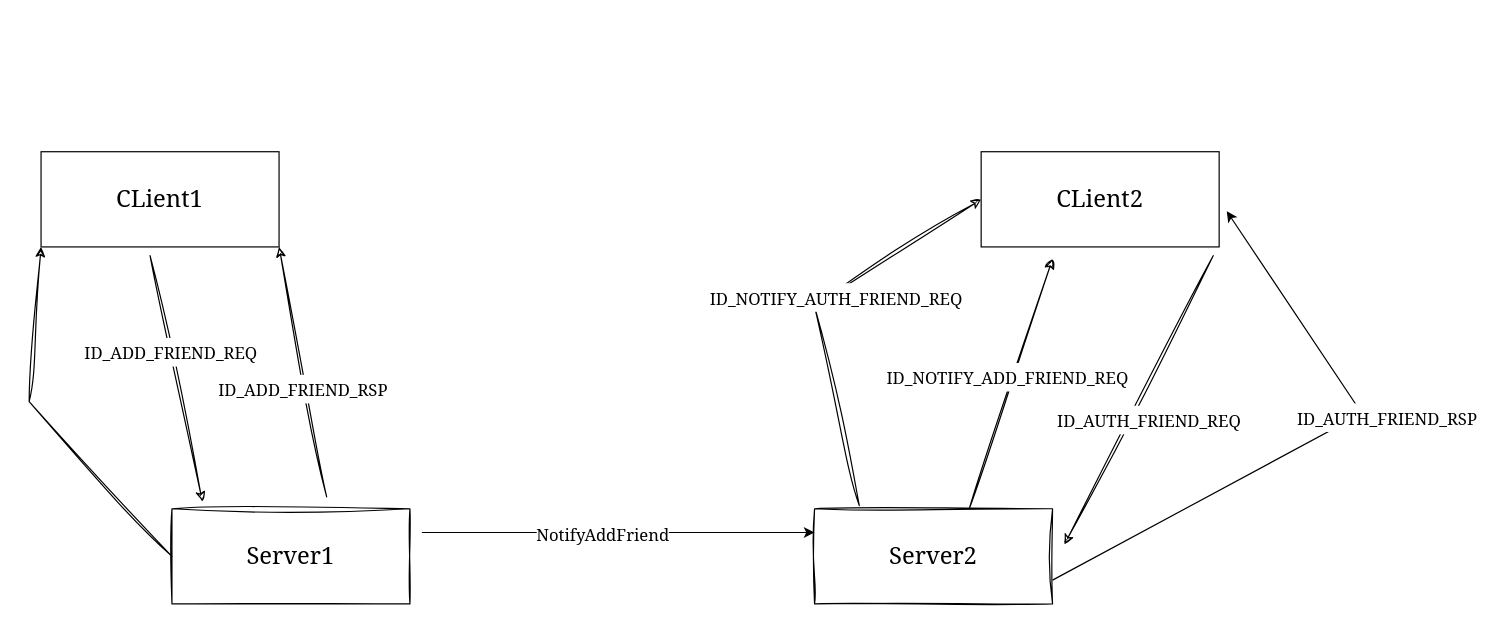
Above: ChatServer/AddFriend.drawio in zyuhao7/WeChat (draw.io), before the change. Source tidied: cells renumbered, new cells numbered last; positions are measured from the earlier drawing's top-left corner, leaving out a move shared by most shapes. Both pictures are drawn from the tidied source at 119%, with x=0, y=0 at pixel (29, 151).
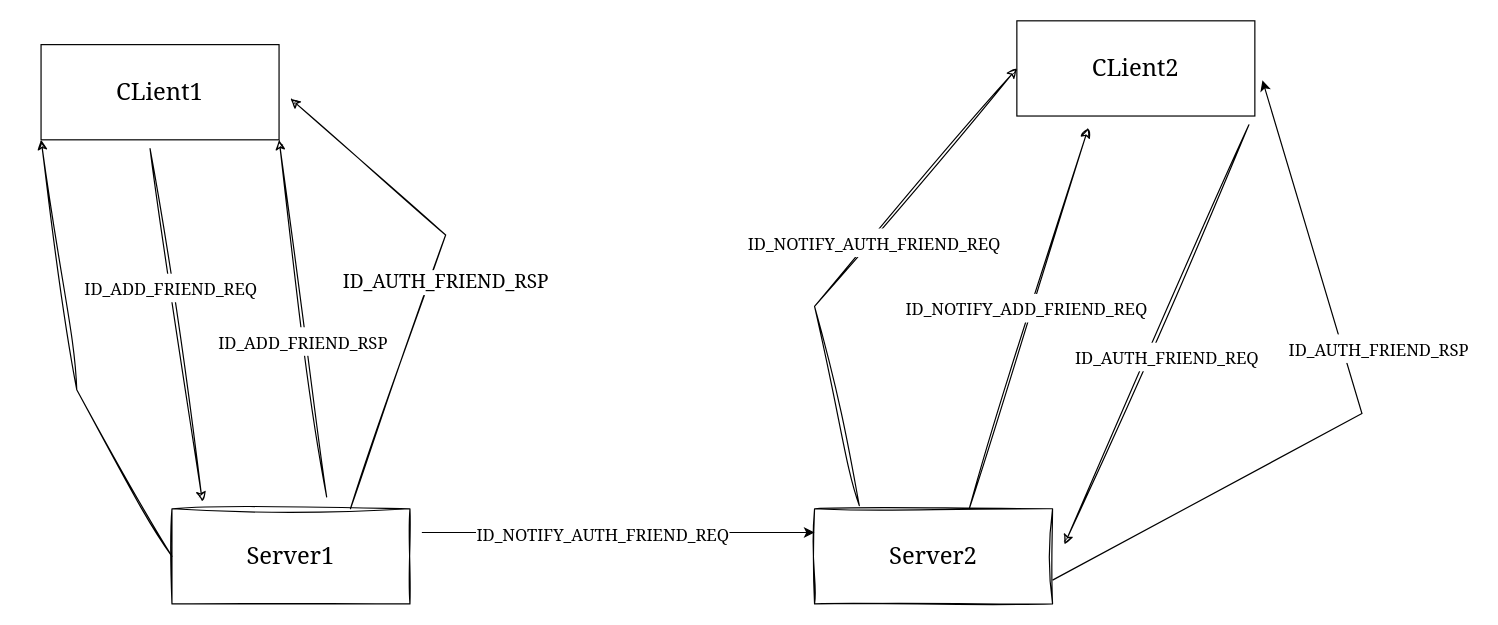
The same page after the edit.

Unchanged cells that the change refers to:
```xml
<mxCell id="4" value="&lt;font face=&quot;Georgia&quot;&gt;Server1&lt;/font&gt;" style="rounded=0;whiteSpace=wrap;html=1;sketch=1;hachureGap=4;jiggle=2;curveFitting=1;fontFamily=Architects Daughter;fontSize=20;" parent="1" vertex="1">
  <mxGeometry x="120" y="300" width="200" height="80" as="geometry" />
</mxCell>
<mxCell id="12" style="endArrow=classic;html=1;rounded=0;hachureGap=4;fontFamily=Architects Daughter;fontSize=16;entryX=0;entryY=0.25;entryDx=0;entryDy=0;" parent="1" edge="1" target="5">
  <mxGeometry relative="1" as="geometry">
    <mxPoint x="330" y="320" as="sourcePoint" />
  </mxGeometry>
</mxCell>
```

The edit, as a diff of the source:
```diff
@@
     <mxCell id="2" value="&lt;font face=&quot;Georgia&quot;&gt;CLient1&lt;/font&gt;" style="rounded=0;whiteSpace=wrap;html=1;hachureGap=4;fontFamily=Architects Daughter;fontSize=20;" parent="1" vertex="1">
-      <mxGeometry x="10" width="200" height="80" as="geometry" />
+      <mxGeometry x="10" y="-90" width="200" height="80" as="geometry" />
     </mxCell>
     <mxCell id="3" value="&lt;font face=&quot;Georgia&quot;&gt;CLient2&lt;/font&gt;" style="rounded=0;whiteSpace=wrap;html=1;hachureGap=4;fontFamily=Architects Daughter;fontSize=20;" parent="1" vertex="1">
-      <mxGeometry x="800" width="200" height="80" as="geometry" />
+      <mxGeometry x="830" y="-110" width="200" height="80" as="geometry" />
     </mxCell>
@@
-    <mxCell id="13" value="&lt;font face=&quot;Georgia&quot; style=&quot;font-size: 14px;&quot;&gt;NotifyAddFriend&lt;/font&gt;" style="edgeLabel;html=1;align=center;verticalAlign=middle;fontSize=20;fontFamily=Architects Daughter;" parent="12" vertex="1">
+    <mxCell id="13" value="&lt;font style=&quot;font-size: 14px;&quot; face=&quot;Georgia&quot;&gt;ID_NOTIFY_AUTH_FRIEND_REQ&lt;/font&gt;" style="edgeLabel;html=1;align=center;verticalAlign=middle;fontSize=20;fontFamily=Architects Daughter;" parent="12" vertex="1">
       <mxGeometry x="-0.25" y="-3" relative="1" as="geometry">
         <mxPoint x="27" y="-3" as="offset" />
       </mxGeometry>
     </mxCell>
@@
     <mxCell id="16" style="endArrow=classic;html=1;rounded=0;sketch=1;hachureGap=4;jiggle=2;curveFitting=1;fontFamily=Architects Daughter;fontSize=16;exitX=0;exitY=0.5;exitDx=0;exitDy=0;entryX=0;entryY=1;entryDx=0;entryDy=0;" parent="1" edge="1" source="4" target="2">
       <mxGeometry relative="1" as="geometry">
         <Array as="points">
-          <mxPoint y="210" />
+          <mxPoint x="40" y="200" />
         </Array>
       </mxGeometry>
     </mxCell>
@@
+    <mxCell id="21" value="&lt;font face=&quot;Georgia&quot;&gt;ID_AUTH_FRIEND_RSP&lt;/font&gt;" style="endArrow=classic;html=1;rounded=0;sketch=1;hachureGap=4;jiggle=2;curveFitting=1;fontFamily=Architects Daughter;fontSize=16;exitX=0.75;exitY=0;exitDx=0;exitDy=0;entryX=1.048;entryY=0.567;entryDx=0;entryDy=0;entryPerimeter=0;" parent="1" edge="1" source="4" target="2">
+      <mxGeometry x="-0.01" y="-13" relative="1" as="geometry">
+        <Array as="points">
+          <mxPoint x="350" y="70" />
+        </Array>
+      </mxGeometry>
+    </mxCell>
```
